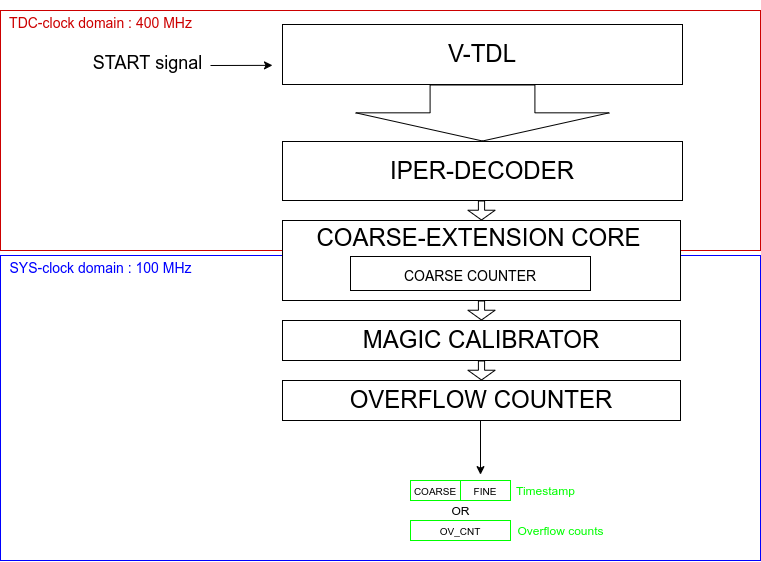
This is 2.State-of-the-Art/images/oldtdc.png from mconsonni96/Tesi, a draw.io export, as it was before one commit. Source tidied: cells renumbered, new cells last; positions are measured from the earlier drawing's top-left corner, leaving out a move shared by most shapes.
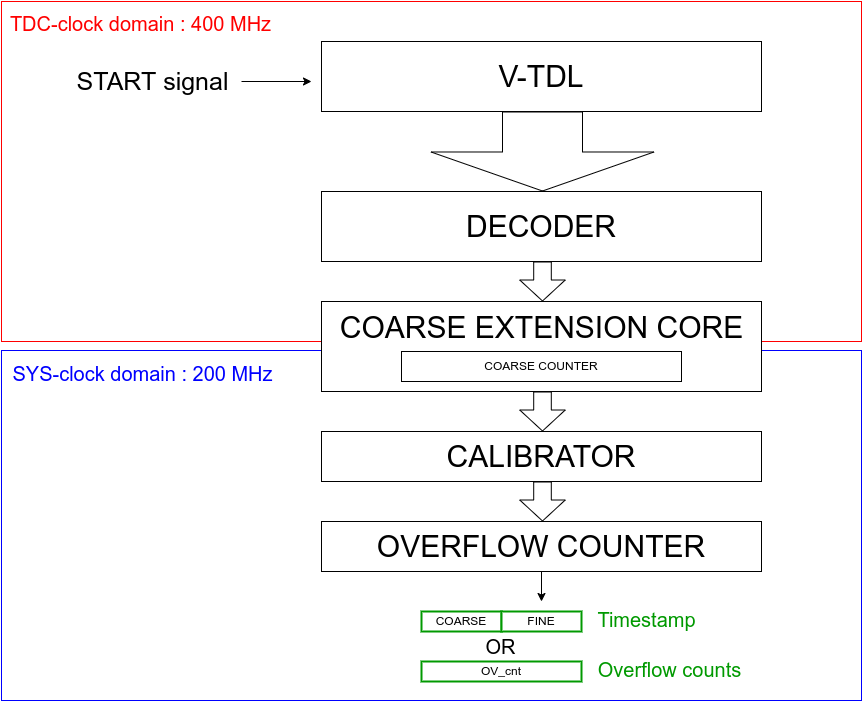
Later version of the same file.

Commit message:
sostituita figura block diagram a inizio Main Work

Change to the diagram source:
```diff
@@ -2,94 +2,94 @@
   <root>
     <mxCell id="0" />
     <mxCell id="1" parent="0" />
+    <mxCell id="15" style="rounded=0;whiteSpace=wrap;html=1;strokeColor=#0000FF;" parent="1" vertex="1">
+      <mxGeometry x="-160" y="399" width="860" height="350" as="geometry" />
+    </mxCell>
+    <mxCell id="14" style="rounded=0;whiteSpace=wrap;html=1;strokeColor=#FF0000;" parent="1" vertex="1">
+      <mxGeometry x="-160" y="50" width="860" height="340" as="geometry" />
+    </mxCell>
-    <mxCell id="2" style="whiteSpace=wrap;html=1;strokeColor=#CC0000;" parent="1" vertex="1">
-      <mxGeometry y="10" width="760" height="240" as="geometry" />
+    <mxCell id="2" value="&lt;font style=&quot;font-size: 30px&quot;&gt;V-TDL&lt;/font&gt;" style="rounded=0;whiteSpace=wrap;html=1;" parent="1" vertex="1">
+      <mxGeometry x="160" y="90" width="440" height="70" as="geometry" />
     </mxCell>
-    <mxCell id="3" value="&lt;font style=&quot;font-size: 24px&quot;&gt;V-TDL&lt;/font&gt;" style="whiteSpace=wrap;html=1;" parent="1" vertex="1">
-      <mxGeometry x="282" y="24" width="400" height="60" as="geometry" />
+    <mxCell id="3" value="&lt;span style=&quot;font-size: 30px&quot;&gt;DECODER&lt;/span&gt;" style="rounded=0;whiteSpace=wrap;html=1;" parent="1" vertex="1">
+      <mxGeometry x="160" y="240" width="440" height="70" as="geometry" />
     </mxCell>
-    <mxCell id="4" value="&lt;font style=&quot;font-size: 24px&quot;&gt;IPER-DECODER&lt;/font&gt;" style="whiteSpace=wrap;html=1;" parent="1" vertex="1">
-      <mxGeometry x="282" y="141" width="400" height="59" as="geometry" />
+    <mxCell id="4" style="shape=flexArrow;endArrow=classic;html=1;endWidth=142;endSize=12.67;width=80;" parent="1" edge="1">
+      <mxGeometry relative="1" as="geometry">
+        <mxPoint x="381" y="160" as="sourcePoint" />
+        <mxPoint x="381" y="240" as="targetPoint" />
+      </mxGeometry>
     </mxCell>
-    <mxCell id="5" value="&lt;font color=&quot;#cc0000&quot; style=&quot;font-size: 14px&quot;&gt;TDC-clock domain : 400 MHz&lt;/font&gt;" style="text;html=1;align=center;verticalAlign=middle;fillColor=none;strokeColor=none;rounded=0;fontSize=24;" parent="1" vertex="1">
-      <mxGeometry width="200" height="40" as="geometry" />
+    <mxCell id="5" style="shape=flexArrow;endArrow=classic;html=1;endWidth=26.880000000000003;endSize=6.664;width=17.6;" parent="1" edge="1">
+      <mxGeometry relative="1" as="geometry">
+        <mxPoint x="381" y="310" as="sourcePoint" />
+        <mxPoint x="381" y="350" as="targetPoint" />
+      </mxGeometry>
     </mxCell>
-    <mxCell id="6" style="whiteSpace=wrap;html=1;strokeColor=#0000FF;" parent="1" vertex="1">
-      <mxGeometry y="255" width="760" height="305" as="geometry" />
+    <mxCell id="6" style="rounded=0;whiteSpace=wrap;html=1;" parent="1" vertex="1">
+      <mxGeometry x="160" y="350" width="440" height="90" as="geometry" />
     </mxCell>
-    <mxCell id="7" value="&lt;font style=&quot;font-size: 14px&quot; color=&quot;#0000ff&quot;&gt;SYS-clock domain : 100 MHz&lt;/font&gt;" style="text;html=1;align=center;verticalAlign=middle;fillColor=none;strokeColor=none;rounded=0;fontSize=24;" parent="1" vertex="1">
-      <mxGeometry y="245" width="200" height="40" as="geometry" />
+    <mxCell id="7" value="COARSE COUNTER" style="rounded=0;whiteSpace=wrap;html=1;" parent="1" vertex="1">
+      <mxGeometry x="240" y="400" width="280" height="30" as="geometry" />
     </mxCell>
-    <mxCell id="8" style="whiteSpace=wrap;html=1;fontSize=14;fontColor=#0000FF;strokeColor=#000000;" parent="1" vertex="1">
-      <mxGeometry x="282" y="220" width="398" height="80" as="geometry" />
+    <mxCell id="8" style="shape=flexArrow;endArrow=classic;html=1;endWidth=26.880000000000003;endSize=6.664;width=17.6;" parent="1" edge="1">
+      <mxGeometry relative="1" as="geometry">
+        <mxPoint x="381" y="440" as="sourcePoint" />
+        <mxPoint x="381" y="480" as="targetPoint" />
+      </mxGeometry>
     </mxCell>
-    <mxCell id="9" value="&lt;font style=&quot;font-size: 24px&quot; color=&quot;#000000&quot;&gt;MAGIC CALIBRATOR&lt;/font&gt;" style="whiteSpace=wrap;html=1;fontSize=14;fontColor=#0000FF;strokeColor=#000000;" parent="1" vertex="1">
-      <mxGeometry x="282" y="320" width="398" height="40" as="geometry" />
+    <mxCell id="9" value="&lt;span style=&quot;font-size: 30px&quot;&gt;CALIBRATOR&lt;/span&gt;" style="rounded=0;whiteSpace=wrap;html=1;" parent="1" vertex="1">
+      <mxGeometry x="160" y="480" width="440" height="50" as="geometry" />
     </mxCell>
-    <mxCell id="10" value="&lt;font style=&quot;font-size: 24px&quot; color=&quot;#000000&quot;&gt;OVERFLOW COUNTER&lt;/font&gt;" style="whiteSpace=wrap;html=1;fontSize=14;fontColor=#0000FF;strokeColor=#000000;" parent="1" vertex="1">
-      <mxGeometry x="282" y="380" width="398" height="40" as="geometry" />
+    <mxCell id="10" style="shape=flexArrow;endArrow=classic;html=1;endWidth=26.880000000000003;endSize=6.664;width=17.6;" parent="1" edge="1">
+      <mxGeometry relative="1" as="geometry">
+        <mxPoint x="381" y="530" as="sourcePoint" />
+        <mxPoint x="381" y="570" as="targetPoint" />
+      </mxGeometry>
     </mxCell>
-    <mxCell id="11" value="&lt;font style=&quot;font-size: 18px&quot; color=&quot;#000000&quot;&gt;START signal&lt;/font&gt;" style="text;html=1;align=center;verticalAlign=middle;points=[];fillColor=none;strokeColor=none;rounded=0;fontSize=24;fontColor=#FFFFFF;" parent="1" vertex="1">
-      <mxGeometry x="87" y="41" width="120" height="40" as="geometry" />
+    <mxCell id="11" value="&lt;span style=&quot;font-size: 30px&quot;&gt;OVERFLOW COUNTER&lt;/span&gt;" style="rounded=0;whiteSpace=wrap;html=1;" parent="1" vertex="1">
+      <mxGeometry x="160" y="570" width="440" height="50" as="geometry" />
     </mxCell>
+    <mxCell id="27" style="endArrow=classic;html=1;exitX=0.5;exitY=1;exitDx=0;exitDy=0;" parent="1" edge="1" source="11">
+      <mxGeometry relative="1" as="geometry">
+        <mxPoint x="380" y="650" as="targetPoint" />
+      </mxGeometry>
+    </mxCell>
-    <mxCell id="12" style="endArrow=classic;html=1;fontSize=18;fontColor=#FFFFFF;entryX=0;entryY=0.681;entryDx=0;entryDy=0;entryPerimeter=0;" parent="1" edge="1">
-      <mxGeometry relative="1" as="geometry">
-        <mxPoint x="210" y="65" as="sourcePoint" />
-        <mxPoint x="272" y="64.9" as="targetPoint" />
-      </mxGeometry>
+    <mxCell id="12" value="COARSE" style="rounded=0;whiteSpace=wrap;html=1;strokeWidth=2;strokeColor=#009900;" parent="1" vertex="1">
+      <mxGeometry x="260" y="660" width="80" height="20" as="geometry" />
     </mxCell>
+    <mxCell id="28" value="FINE" style="rounded=0;whiteSpace=wrap;html=1;strokeWidth=2;strokeColor=#009900;" parent="1" vertex="1">
+      <mxGeometry x="340" y="660" width="80" height="20" as="geometry" />
+    </mxCell>
-    <mxCell id="13" style="shape=flexArrow;endArrow=classic;html=1;fontSize=18;fontColor=#FFFFFF;exitX=0.5;exitY=1;exitDx=0;exitDy=0;endWidth=147.58620689655172;endSize=9.055172413793104;width=104.82758620689656;" parent="1" edge="1" source="3" target="4">
-      <mxGeometry relative="1" as="geometry" />
+    <mxCell id="13" value="OV_cnt" style="rounded=0;whiteSpace=wrap;html=1;strokeColor=#009900;strokeWidth=2;" parent="1" vertex="1">
+      <mxGeometry x="260" y="710" width="160" height="20" as="geometry" />
     </mxCell>
-    <mxCell id="14" value="&lt;font style=&quot;font-size: 14px&quot;&gt;Thermometric&lt;br&gt;Code&lt;/font&gt;" style="text;html=1;align=center;verticalAlign=middle;fillColor=none;strokeColor=none;rounded=0;fontSize=18;fontColor=#FFFFFF;" parent="1" vertex="1">
-      <mxGeometry x="430" y="85" width="100" height="50" as="geometry" />
-    </mxCell>
-    <mxCell id="15" value="&lt;font style=&quot;font-size: 24px&quot; color=&quot;#000000&quot;&gt;COARSE-EXTENSION CORE&lt;/font&gt;" style="text;html=1;align=center;verticalAlign=middle;fillColor=none;strokeColor=none;rounded=0;fontSize=14;fontColor=#FFFFFF;" parent="1" vertex="1">
-      <mxGeometry x="308" y="223" width="340" height="30" as="geometry" />
-    </mxCell>
-    <mxCell id="16" value="&lt;font style=&quot;font-size: 14px&quot; color=&quot;#000000&quot;&gt;COARSE COUNTER&lt;/font&gt;" style="whiteSpace=wrap;html=1;fontSize=24;fontColor=#FFFFFF;strokeColor=#000000;" parent="1" vertex="1">
-      <mxGeometry x="350" y="256" width="240" height="34" as="geometry" />
+    <mxCell id="16" value="COARSE EXTENSION CORE" style="text;html=1;align=center;verticalAlign=middle;fillColor=none;strokeColor=none;rounded=0;fontSize=30;" parent="1" vertex="1">
+      <mxGeometry x="170" y="356" width="420" height="40" as="geometry" />
     </mxCell>
-    <mxCell id="17" style="shape=flexArrow;endArrow=classic;html=1;fontSize=14;fontColor=#FFFFFF;entryX=0.5;entryY=0;entryDx=0;entryDy=0;width=6.206896551724138;endSize=2.924137931034483;" parent="1" edge="1">
-      <mxGeometry relative="1" as="geometry">
-        <mxPoint x="481" y="200" as="sourcePoint" />
-        <mxPoint x="481" y="220" as="targetPoint" />
-      </mxGeometry>
+    <mxCell id="17" value="&lt;font style=&quot;font-size: 20px&quot; color=&quot;#ff0000&quot;&gt;TDC-clock domain : 400 MHz&lt;/font&gt;" style="text;html=1;align=center;verticalAlign=middle;fillColor=none;strokeColor=none;rounded=0;fontSize=30;" parent="1" vertex="1">
+      <mxGeometry x="-161" y="49" width="280" height="40" as="geometry" />
     </mxCell>
-    <mxCell id="18" style="shape=flexArrow;endArrow=classic;html=1;fontSize=14;fontColor=#FFFFFF;entryX=0.5;entryY=0;entryDx=0;entryDy=0;width=6.206896551724138;endSize=2.924137931034483;" parent="1" edge="1" target="9">
-      <mxGeometry relative="1" as="geometry">
-        <mxPoint x="481" y="300" as="sourcePoint" />
-      </mxGeometry>
+    <mxCell id="18" value="&lt;font style=&quot;font-size: 20px&quot; color=&quot;#0000ff&quot;&gt;SYS-clock domain : 200 MHz&lt;/font&gt;" style="text;html=1;align=center;verticalAlign=middle;fillColor=none;strokeColor=none;rounded=0;fontSize=30;" parent="1" vertex="1">
+      <mxGeometry x="-159" y="399" width="280" height="40" as="geometry" />
     </mxCell>
-    <mxCell id="19" style="shape=flexArrow;endArrow=classic;html=1;fontSize=14;fontColor=#FFFFFF;entryX=0.5;entryY=0;entryDx=0;entryDy=0;width=6.206896551724138;endSize=2.924137931034483;" parent="1" edge="1">
+    <mxCell id="19" style="endArrow=classic;html=1;fontSize=20;" parent="1" edge="1">
       <mxGeometry relative="1" as="geometry">
-        <mxPoint x="481" y="360" as="sourcePoint" />
-        <mxPoint x="481" y="380" as="targetPoint" />
+        <mxPoint x="80" y="130" as="sourcePoint" />
+        <mxPoint x="150" y="130" as="targetPoint" />
       </mxGeometry>
     </mxCell>
-    <mxCell id="20" style="endArrow=classic;html=1;fontSize=14;fontColor=#FFFFFF;" parent="1" edge="1">
-      <mxGeometry relative="1" as="geometry">
-        <mxPoint x="480" y="420" as="sourcePoint" />
-        <mxPoint x="480" y="474.1" as="targetPoint" />
-      </mxGeometry>
+    <mxCell id="20" value="&lt;font style=&quot;font-size: 25px&quot;&gt;START signal&lt;/font&gt;" style="text;html=1;align=center;verticalAlign=middle;fillColor=none;strokeColor=none;rounded=0;fontSize=20;" parent="1" vertex="1">
+      <mxGeometry x="-94" y="114" width="170" height="30" as="geometry" />
     </mxCell>
-    <mxCell id="21" value="&lt;font style=&quot;font-size: 12px&quot; color=&quot;#00ff00&quot;&gt;Timestamp&lt;/font&gt;" style="text;html=1;align=center;verticalAlign=middle;fillColor=none;strokeColor=none;rounded=0;fontSize=14;fontColor=#FFFFFF;" parent="1" vertex="1">
-      <mxGeometry x="510" y="480" width="70" height="20" as="geometry" />
+    <mxCell id="21" value="&lt;font color=&quot;#000000&quot; style=&quot;font-size: 20px&quot;&gt;OR&lt;/font&gt;" style="text;html=1;align=center;verticalAlign=middle;fillColor=none;strokeColor=none;rounded=0;fontSize=25;fontColor=#0000FF;" parent="1" vertex="1">
+      <mxGeometry x="314" y="673" width="50" height="40" as="geometry" />
     </mxCell>
-    <mxCell id="22" value="&lt;font style=&quot;font-size: 12px&quot; color=&quot;#00ff00&quot;&gt;Overflow counts&lt;/font&gt;" style="text;html=1;align=center;verticalAlign=middle;fillColor=none;strokeColor=none;rounded=0;fontSize=14;fontColor=#FFFFFF;" parent="1" vertex="1">
-      <mxGeometry x="510" y="520" width="100" height="20" as="geometry" />
+    <mxCell id="22" value="&lt;font color=&quot;#009900&quot;&gt;Timestamp&lt;/font&gt;" style="text;html=1;align=center;verticalAlign=middle;fillColor=none;strokeColor=none;rounded=0;fontSize=20;fontColor=#000000;" parent="1" vertex="1">
+      <mxGeometry x="430" y="653" width="110" height="30" as="geometry" />
     </mxCell>
-    <mxCell id="23" value="&lt;font style=&quot;font-size: 10px&quot; color=&quot;#000000&quot;&gt;COARSE&lt;/font&gt;" style="whiteSpace=wrap;html=1;fontSize=14;fontColor=#FFFFFF;strokeColor=#00FF00;" parent="1" vertex="1">
-      <mxGeometry x="410" y="480" width="50" height="20" as="geometry" />
-    </mxCell>
-    <mxCell id="24" value="&lt;font style=&quot;font-size: 10px&quot; color=&quot;#000000&quot;&gt;FINE&lt;/font&gt;" style="whiteSpace=wrap;html=1;fontSize=14;fontColor=#FFFFFF;strokeColor=#00FF00;" parent="1" vertex="1">
-      <mxGeometry x="460" y="480" width="50" height="20" as="geometry" />
+    <mxCell id="24" value="&lt;font color=&quot;#009900&quot;&gt;Overflow counts&lt;/font&gt;" style="text;html=1;align=center;verticalAlign=middle;fillColor=none;strokeColor=none;rounded=0;fontSize=20;fontColor=#000000;" parent="1" vertex="1">
+      <mxGeometry x="428" y="703" width="160" height="30" as="geometry" />
     </mxCell>
-    <mxCell id="25" value="&lt;font style=&quot;font-size: 10px&quot; color=&quot;#000000&quot;&gt;OV_CNT&lt;/font&gt;" style="whiteSpace=wrap;html=1;fontSize=14;fontColor=#FFFFFF;strokeColor=#00FF00;" parent="1" vertex="1">
-      <mxGeometry x="410" y="520" width="100" height="20" as="geometry" />
-    </mxCell>
-    <mxCell id="26" value="&lt;font color=&quot;#000000&quot;&gt;OR&lt;/font&gt;" style="text;html=1;align=center;verticalAlign=middle;fillColor=none;strokeColor=none;rounded=0;fontSize=12;fontColor=#FFFFFF;" parent="1" vertex="1">
-      <mxGeometry x="445" y="501" width="30" height="20" as="geometry" />
-    </mxCell>
   </root>
 </mxGraphModel>
```
